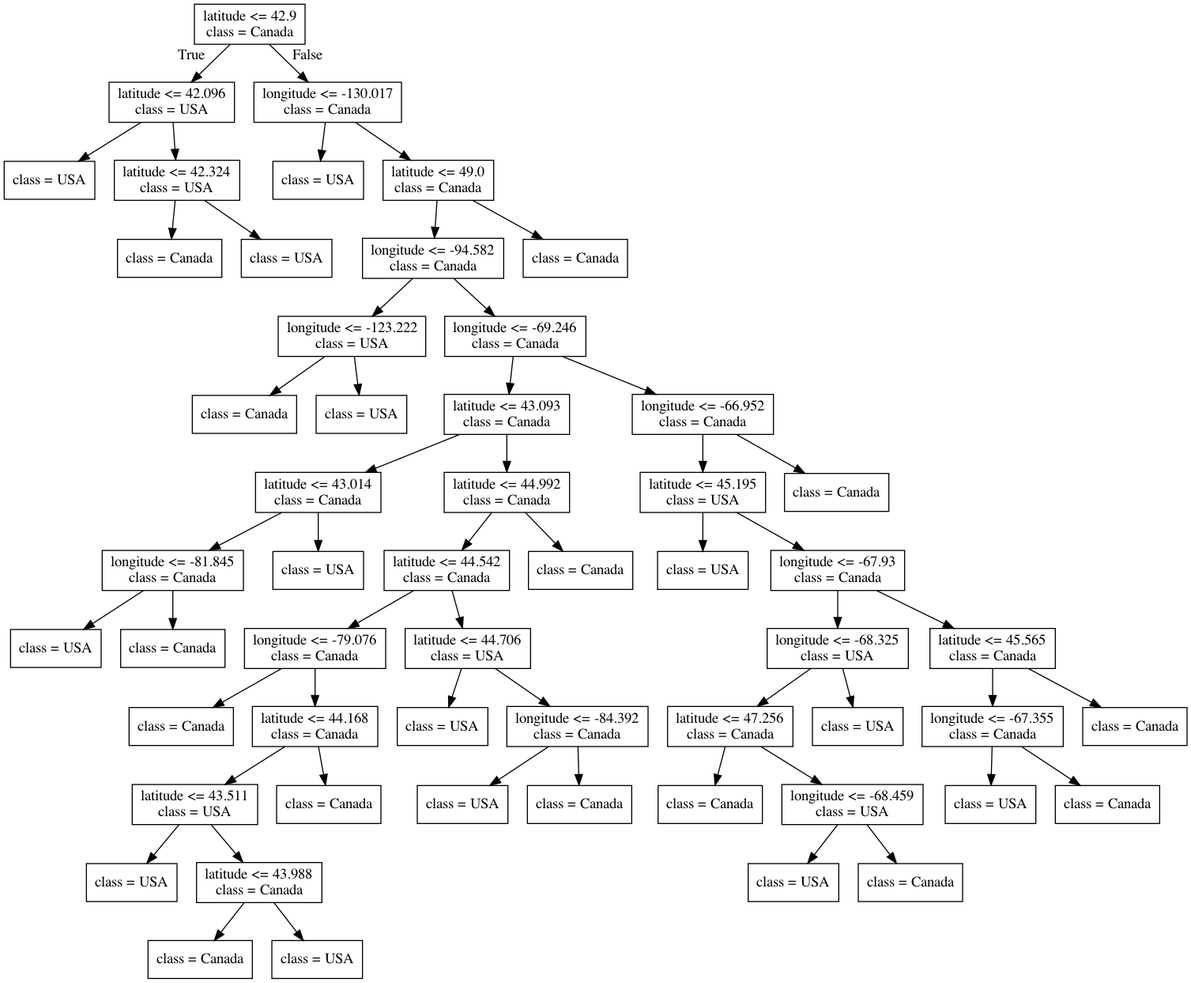
bait509-ubc/BAIT509 keeps this Graphviz diagram as lectures/Source.gv.png. Above is the earlier version. Its source is kept beside it as lectures/Source.gv.
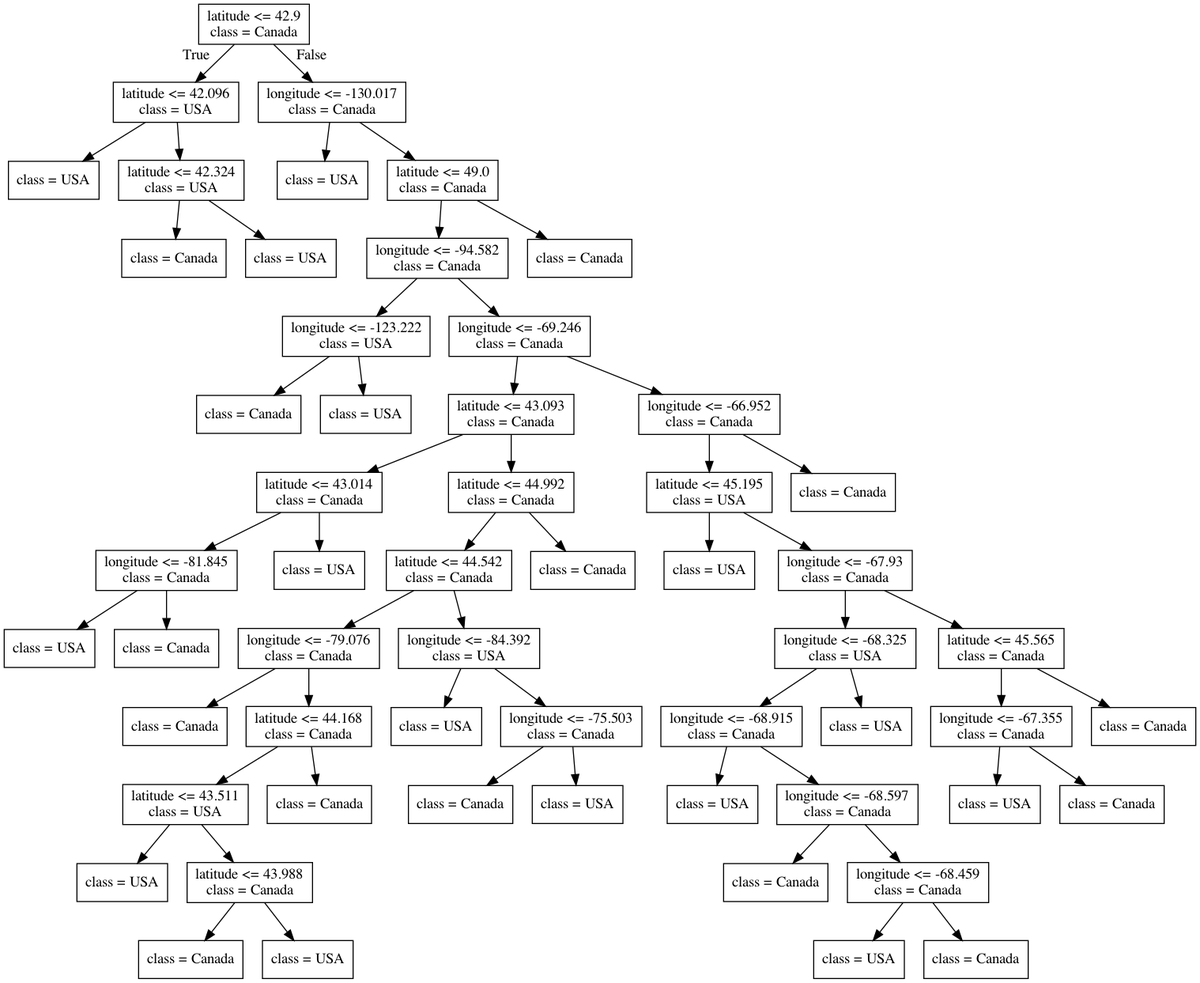
Above is the later version.

The edit, as a diff of the source:
```diff
@@ -61,15 +61,15 @@
 27 -> 29 ;
 30 [label="class = Canada"] ;
 24 -> 30 ;
-31 [label="latitude <= 44.706\nclass = USA"] ;
+31 [label="longitude <= -84.392\nclass = USA"] ;
 21 -> 31 ;
 32 [label="class = USA"] ;
 31 -> 32 ;
-33 [label="longitude <= -84.392\nclass = Canada"] ;
+33 [label="longitude <= -75.503\nclass = Canada"] ;
 31 -> 33 ;
-34 [label="class = USA"] ;
+34 [label="class = Canada"] ;
 33 -> 34 ;
-35 [label="class = Canada"] ;
+35 [label="class = USA"] ;
 33 -> 35 ;
 36 [label="class = Canada"] ;
 20 -> 36 ;
@@ -83,30 +83,34 @@
 38 -> 40 ;
 41 [label="longitude <= -68.325\nclass = USA"] ;
 40 -> 41 ;
-42 [label="latitude <= 47.256\nclass = Canada"] ;
+42 [label="longitude <= -68.915\nclass = Canada"] ;
 41 -> 42 ;
-43 [label="class = Canada"] ;
+43 [label="class = USA"] ;
 42 -> 43 ;
-44 [label="longitude <= -68.459\nclass = USA"] ;
+44 [label="longitude <= -68.597\nclass = Canada"] ;
 42 -> 44 ;
-45 [label="class = USA"] ;
+45 [label="class = Canada"] ;
 44 -> 45 ;
-46 [label="class = Canada"] ;
+46 [label="longitude <= -68.459\nclass = Canada"] ;
 44 -> 46 ;
 47 [label="class = USA"] ;
-41 -> 47 ;
-48 [label="latitude <= 45.565\nclass = Canada"] ;
-40 -> 48 ;
-49 [label="longitude <= -67.355\nclass = Canada"] ;
-48 -> 49 ;
-50 [label="class = USA"] ;
-49 -> 50 ;
-51 [label="class = Canada"] ;
-49 -> 51 ;
-52 [label="class = Canada"] ;
-48 -> 52 ;
+46 -> 47 ;
+48 [label="class = Canada"] ;
+46 -> 48 ;
+49 [label="class = USA"] ;
+41 -> 49 ;
+50 [label="latitude <= 45.565\nclass = Canada"] ;
+40 -> 50 ;
+51 [label="longitude <= -67.355\nclass = Canada"] ;
+50 -> 51 ;
+52 [label="class = USA"] ;
+51 -> 52 ;
 53 [label="class = Canada"] ;
-37 -> 53 ;
+51 -> 53 ;
 54 [label="class = Canada"] ;
-8 -> 54 ;
+50 -> 54 ;
+55 [label="class = Canada"] ;
+37 -> 55 ;
+56 [label="class = Canada"] ;
+8 -> 56 ;
 }
```
